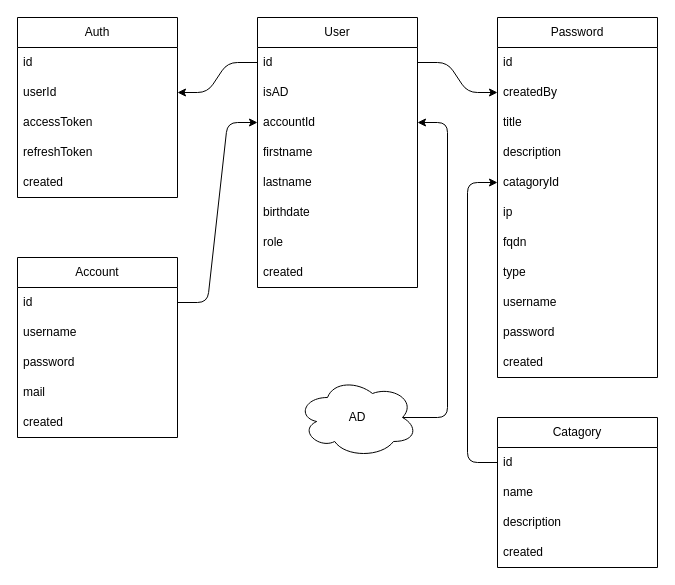
The draw.io diagram database.drawio in doctormaster1/syqpass, before the edit. Source tidied: cells renumbered, new cells numbered last; positions are measured from the earlier drawing's top-left corner, leaving out a move shared by most shapes. Both pictures are drawn from the tidied source at 100%, with x=0, y=0 at pixel (17, 17).
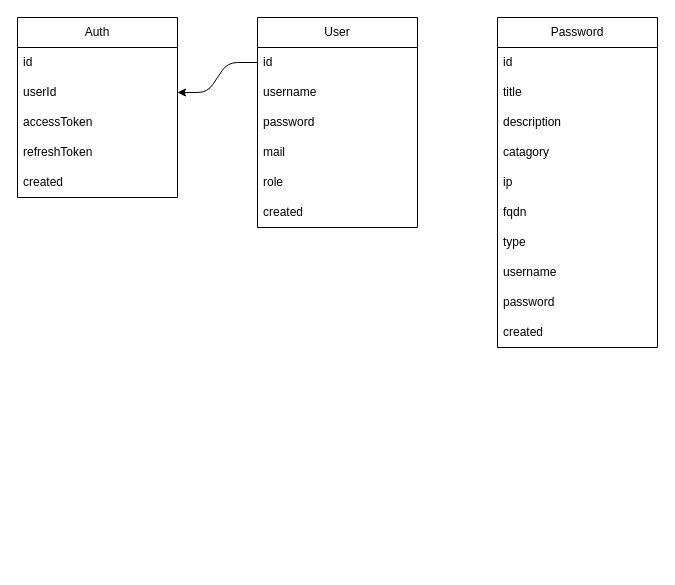
Above is the later version.

Change to the diagram source:
```diff
@@
-    <mxCell id="2" value="Account" style="swimlane;fontStyle=0;horizontal=1;startSize=30;whiteSpace=wrap;html=1;" parent="1" vertex="1">
-      <mxGeometry y="240" width="160" height="180" as="geometry" />
-    </mxCell>
-    <mxCell id="3" value="id" style="text;strokeColor=none;fillColor=none;align=left;verticalAlign=middle;spacingLeft=4;spacingRight=4;overflow=hidden;points=[[0,0.5],[1,0.5]];portConstraint=eastwest;whiteSpace=wrap;html=1;" parent="2" vertex="1">
-      <mxGeometry y="30" width="160" height="30" as="geometry" />
-    </mxCell>
+    <mxCell id="8" value="User" style="swimlane;fontStyle=0;horizontal=1;startSize=30;whiteSpace=wrap;html=1;align=center;" parent="1" vertex="1">
+      <mxGeometry x="240" width="160" height="210" as="geometry" />
+    </mxCell>
+    <mxCell id="9" value="id" style="text;strokeColor=none;fillColor=none;align=left;verticalAlign=middle;spacingLeft=4;spacingRight=4;overflow=hidden;points=[[0,0.5],[1,0.5]];portConstraint=eastwest;whiteSpace=wrap;html=1;" parent="8" vertex="1">
+      <mxGeometry y="30" width="160" height="30" as="geometry" />
+    </mxCell>
-    <mxCell id="4" value="username" style="text;strokeColor=none;fillColor=none;align=left;verticalAlign=middle;spacingLeft=4;spacingRight=4;overflow=hidden;whiteSpace=wrap;html=1;" parent="2" vertex="1">
+    <mxCell id="4" value="username" style="text;strokeColor=none;fillColor=none;align=left;verticalAlign=middle;spacingLeft=4;spacingRight=4;overflow=hidden;whiteSpace=wrap;html=1;" parent="8" vertex="1">
       <mxGeometry y="60" width="160" height="30" as="geometry" />
     </mxCell>
-    <mxCell id="5" value="password" style="text;strokeColor=none;fillColor=none;align=left;verticalAlign=middle;spacingLeft=4;spacingRight=4;overflow=hidden;whiteSpace=wrap;html=1;" parent="2" vertex="1">
+    <mxCell id="5" value="password" style="text;strokeColor=none;fillColor=none;align=left;verticalAlign=middle;spacingLeft=4;spacingRight=4;overflow=hidden;whiteSpace=wrap;html=1;" parent="8" vertex="1">
       <mxGeometry y="90" width="160" height="30" as="geometry" />
     </mxCell>
-    <mxCell id="6" value="mail" style="text;strokeColor=none;fillColor=none;align=left;verticalAlign=middle;spacingLeft=4;spacingRight=4;overflow=hidden;whiteSpace=wrap;html=1;" parent="2" vertex="1">
+    <mxCell id="6" value="mail" style="text;strokeColor=none;fillColor=none;align=left;verticalAlign=middle;spacingLeft=4;spacingRight=4;overflow=hidden;whiteSpace=wrap;html=1;" parent="8" vertex="1">
       <mxGeometry y="120" width="160" height="30" as="geometry" />
     </mxCell>
-    <mxCell id="7" value="created" style="text;strokeColor=none;fillColor=none;align=left;verticalAlign=middle;spacingLeft=4;spacingRight=4;overflow=hidden;whiteSpace=wrap;html=1;" parent="2" vertex="1">
-      <mxGeometry y="150" width="160" height="30" as="geometry" />
-    </mxCell>
-    <mxCell id="8" value="User" style="swimlane;fontStyle=0;horizontal=1;startSize=30;whiteSpace=wrap;html=1;align=center;" parent="1" vertex="1">
-      <mxGeometry x="240" width="160" height="270" as="geometry" />
-    </mxCell>
-    <mxCell id="9" value="id" style="text;strokeColor=none;fillColor=none;align=left;verticalAlign=middle;spacingLeft=4;spacingRight=4;overflow=hidden;points=[[0,0.5],[1,0.5]];portConstraint=eastwest;whiteSpace=wrap;html=1;" parent="8" vertex="1">
-      <mxGeometry y="30" width="160" height="30" as="geometry" />
-    </mxCell>
-    <mxCell id="10" value="isAD" style="text;strokeColor=none;fillColor=none;align=left;verticalAlign=middle;spacingLeft=4;spacingRight=4;overflow=hidden;whiteSpace=wrap;html=1;" parent="8" vertex="1">
-      <mxGeometry y="60" width="160" height="30" as="geometry" />
-    </mxCell>
-    <mxCell id="11" value="accountId" style="text;strokeColor=none;fillColor=none;align=left;verticalAlign=middle;spacingLeft=4;spacingRight=4;overflow=hidden;points=[[0,0.5],[1,0.5]];portConstraint=eastwest;whiteSpace=wrap;html=1;" parent="8" vertex="1">
-      <mxGeometry y="90" width="160" height="30" as="geometry" />
-    </mxCell>
-    <mxCell id="12" value="firstname" style="text;strokeColor=none;fillColor=none;align=left;verticalAlign=middle;spacingLeft=4;spacingRight=4;overflow=hidden;whiteSpace=wrap;html=1;" parent="8" vertex="1">
-      <mxGeometry y="120" width="160" height="30" as="geometry" />
-    </mxCell>
-    <mxCell id="13" value="lastname" style="text;strokeColor=none;fillColor=none;align=left;verticalAlign=middle;spacingLeft=4;spacingRight=4;overflow=hidden;whiteSpace=wrap;html=1;" parent="8" vertex="1">
-      <mxGeometry y="150" width="160" height="30" as="geometry" />
-    </mxCell>
-    <mxCell id="14" value="birthdate" style="text;strokeColor=none;fillColor=none;align=left;verticalAlign=middle;spacingLeft=4;spacingRight=4;overflow=hidden;whiteSpace=wrap;html=1;" parent="8" vertex="1">
-      <mxGeometry y="180" width="160" height="30" as="geometry" />
-    </mxCell>
     <mxCell id="15" value="role" style="text;strokeColor=none;fillColor=none;align=left;verticalAlign=middle;spacingLeft=4;spacingRight=4;overflow=hidden;whiteSpace=wrap;html=1;" parent="8" vertex="1">
-      <mxGeometry y="210" width="160" height="30" as="geometry" />
+      <mxGeometry y="150" width="160" height="30" as="geometry" />
     </mxCell>
     <mxCell id="16" value="created" style="text;strokeColor=none;fillColor=none;align=left;verticalAlign=middle;spacingLeft=4;spacingRight=4;overflow=hidden;whiteSpace=wrap;html=1;" parent="8" vertex="1">
-      <mxGeometry y="240" width="160" height="30" as="geometry" />
+      <mxGeometry y="180" width="160" height="30" as="geometry" />
     </mxCell>
     <mxCell id="17" value="Password" style="swimlane;fontStyle=0;horizontal=1;startSize=30;whiteSpace=wrap;html=1;" parent="1" vertex="1">
-      <mxGeometry x="480" width="160" height="360" as="geometry" />
+      <mxGeometry x="480" width="160" height="330" as="geometry" />
     </mxCell>
@@
-    <mxCell id="19" value="createdBy" style="text;strokeColor=none;fillColor=none;align=left;verticalAlign=middle;spacingLeft=4;spacingRight=4;overflow=hidden;points=[[0,0.5],[1,0.5]];portConstraint=eastwest;whiteSpace=wrap;html=1;" parent="17" vertex="1">
-      <mxGeometry y="60" width="160" height="30" as="geometry" />
-    </mxCell>
     <mxCell id="20" value="title" style="text;strokeColor=none;fillColor=none;align=left;verticalAlign=middle;spacingLeft=4;spacingRight=4;overflow=hidden;whiteSpace=wrap;html=1;" parent="17" vertex="1">
-      <mxGeometry y="90" width="160" height="30" as="geometry" />
+      <mxGeometry y="60" width="160" height="30" as="geometry" />
     </mxCell>
     <mxCell id="21" value="description" style="text;strokeColor=none;fillColor=none;align=left;verticalAlign=middle;spacingLeft=4;spacingRight=4;overflow=hidden;whiteSpace=wrap;html=1;" parent="17" vertex="1">
-      <mxGeometry y="120" width="160" height="30" as="geometry" />
+      <mxGeometry y="90" width="160" height="30" as="geometry" />
     </mxCell>
-    <mxCell id="22" value="catagoryId" style="text;strokeColor=none;fillColor=none;align=left;verticalAlign=middle;spacingLeft=4;spacingRight=4;overflow=hidden;points=[[0,0.5],[1,0.5]];portConstraint=eastwest;whiteSpace=wrap;html=1;" parent="17" vertex="1">
-      <mxGeometry y="150" width="160" height="30" as="geometry" />
+    <mxCell id="22" value="catagory" style="text;strokeColor=none;fillColor=none;align=left;verticalAlign=middle;spacingLeft=4;spacingRight=4;overflow=hidden;points=[[0,0.5],[1,0.5]];portConstraint=eastwest;whiteSpace=wrap;html=1;" parent="17" vertex="1">
+      <mxGeometry y="120" width="160" height="30" as="geometry" />
     </mxCell>
     <mxCell id="23" value="ip" style="text;strokeColor=none;fillColor=none;align=left;verticalAlign=middle;spacingLeft=4;spacingRight=4;overflow=hidden;whiteSpace=wrap;html=1;" parent="17" vertex="1">
-      <mxGeometry y="180" width="160" height="30" as="geometry" />
+      <mxGeometry y="150" width="160" height="30" as="geometry" />
     </mxCell>
     <mxCell id="24" value="fqdn" style="text;strokeColor=none;fillColor=none;align=left;verticalAlign=middle;spacingLeft=4;spacingRight=4;overflow=hidden;whiteSpace=wrap;html=1;" parent="17" vertex="1">
-      <mxGeometry y="210" width="160" height="30" as="geometry" />
+      <mxGeometry y="180" width="160" height="30" as="geometry" />
     </mxCell>
     <mxCell id="25" value="type" style="text;strokeColor=none;fillColor=none;align=left;verticalAlign=middle;spacingLeft=4;spacingRight=4;overflow=hidden;whiteSpace=wrap;html=1;" parent="17" vertex="1">
-      <mxGeometry y="240" width="160" height="30" as="geometry" />
+      <mxGeometry y="210" width="160" height="30" as="geometry" />
     </mxCell>
     <mxCell id="26" value="username" style="text;strokeColor=none;fillColor=none;align=left;verticalAlign=middle;spacingLeft=4;spacingRight=4;overflow=hidden;whiteSpace=wrap;html=1;" parent="17" vertex="1">
-      <mxGeometry y="270" width="160" height="30" as="geometry" />
+      <mxGeometry y="240" width="160" height="30" as="geometry" />
     </mxCell>
     <mxCell id="27" value="password" style="text;strokeColor=none;fillColor=none;align=left;verticalAlign=middle;spacingLeft=4;spacingRight=4;overflow=hidden;whiteSpace=wrap;html=1;" parent="17" vertex="1">
-      <mxGeometry y="300" width="160" height="30" as="geometry" />
+      <mxGeometry y="270" width="160" height="30" as="geometry" />
     </mxCell>
     <mxCell id="28" value="created" style="text;strokeColor=none;fillColor=none;align=left;verticalAlign=middle;spacingLeft=4;spacingRight=4;overflow=hidden;whiteSpace=wrap;html=1;" parent="17" vertex="1">
-      <mxGeometry y="330" width="160" height="30" as="geometry" />
+      <mxGeometry y="300" width="160" height="30" as="geometry" />
     </mxCell>
-    <mxCell id="29" style="edgeStyle=elbowEdgeStyle;html=1;exitX=0.875;exitY=0.5;exitDx=0;exitDy=0;exitPerimeter=0;entryX=1;entryY=0.5;entryDx=0;entryDy=0;endArrow=classic;endFill=1;" parent="1" edge="1" source="30" target="11">
-      <mxGeometry relative="1" as="geometry">
-        <Array as="points">
-          <mxPoint x="430" y="330" />
-        </Array>
-      </mxGeometry>
-    </mxCell>
-    <mxCell id="30" value="AD" style="ellipse;shape=cloud;whiteSpace=wrap;html=1;" parent="1" vertex="1">
-      <mxGeometry x="280" y="360" width="120" height="80" as="geometry" />
-    </mxCell>
-    <mxCell id="31" style="edgeStyle=entityRelationEdgeStyle;html=1;exitX=1;exitY=0.5;exitDx=0;exitDy=0;entryX=0;entryY=0.5;entryDx=0;entryDy=0;endArrow=classic;endFill=1;" parent="1" edge="1" source="3" target="11">
-      <mxGeometry relative="1" as="geometry" />
-    </mxCell>
@@
-    <mxCell id="38" value="Catagory" style="swimlane;fontStyle=0;horizontal=1;startSize=30;whiteSpace=wrap;html=1;" parent="1" vertex="1">
-      <mxGeometry x="480" y="400" width="160" height="150" as="geometry" />
-    </mxCell>
-    <mxCell id="39" value="id" style="text;strokeColor=none;fillColor=none;align=left;verticalAlign=middle;spacingLeft=4;spacingRight=4;overflow=hidden;points=[[0,0.5],[1,0.5]];portConstraint=eastwest;whiteSpace=wrap;html=1;" parent="38" vertex="1">
-      <mxGeometry y="30" width="160" height="30" as="geometry" />
-    </mxCell>
-    <mxCell id="40" value="name" style="text;strokeColor=none;fillColor=none;align=left;verticalAlign=middle;spacingLeft=4;spacingRight=4;overflow=hidden;whiteSpace=wrap;html=1;" parent="38" vertex="1">
-      <mxGeometry y="60" width="160" height="30" as="geometry" />
-    </mxCell>
-    <mxCell id="41" value="description" style="text;strokeColor=none;fillColor=none;align=left;verticalAlign=middle;spacingLeft=4;spacingRight=4;overflow=hidden;whiteSpace=wrap;html=1;" parent="38" vertex="1">
-      <mxGeometry y="90" width="160" height="30" as="geometry" />
-    </mxCell>
-    <mxCell id="42" value="created" style="text;strokeColor=none;fillColor=none;align=left;verticalAlign=middle;spacingLeft=4;spacingRight=4;overflow=hidden;whiteSpace=wrap;html=1;" parent="38" vertex="1">
-      <mxGeometry y="120" width="160" height="30" as="geometry" />
-    </mxCell>
-    <mxCell id="43" style="edgeStyle=entityRelationEdgeStyle;html=1;exitX=1;exitY=0.5;exitDx=0;exitDy=0;entryX=0;entryY=0.5;entryDx=0;entryDy=0;endArrow=classic;endFill=1;" parent="1" edge="1" source="9" target="19">
-      <mxGeometry relative="1" as="geometry" />
-    </mxCell>
-    <mxCell id="44" style="edgeStyle=elbowEdgeStyle;html=1;exitX=0;exitY=0.5;exitDx=0;exitDy=0;entryX=0;entryY=0.5;entryDx=0;entryDy=0;endArrow=classic;endFill=1;" parent="1" edge="1" source="39" target="22">
-      <mxGeometry relative="1" as="geometry">
-        <Array as="points">
-          <mxPoint x="450" y="380" />
-        </Array>
-      </mxGeometry>
-    </mxCell>
```
